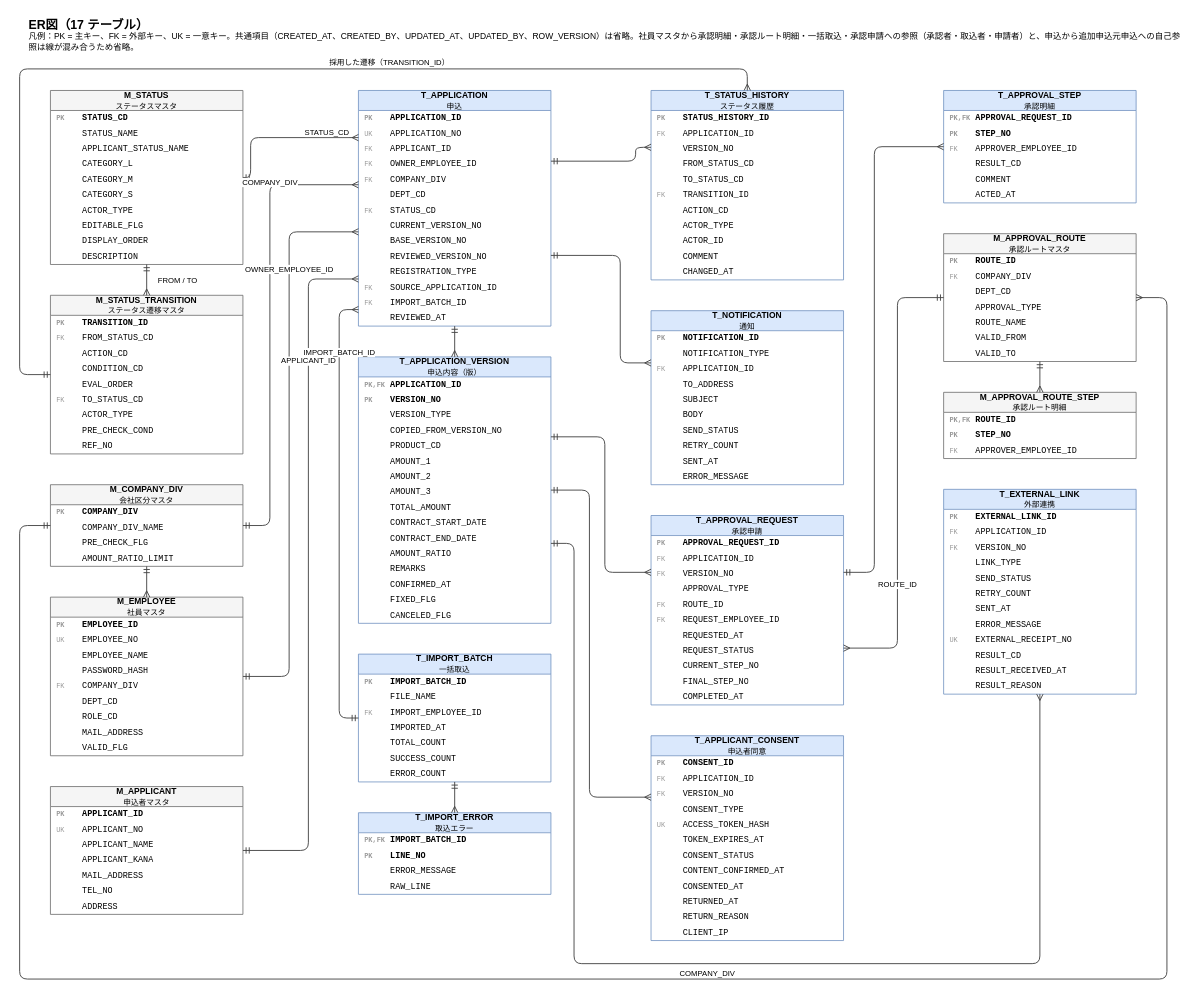
This is docs/diagrams/er-diagram.drawio from yasudaProduct/JavaServletSample2, a draw.io file, before an edit. Source tidied: cells renumbered, new cells numbered last; positions are measured from the earlier drawing's top-left corner, leaving out a move shared by most shapes. Both pictures are drawn from the tidied source at 77%, with x=0, y=0 at pixel (19, 13).
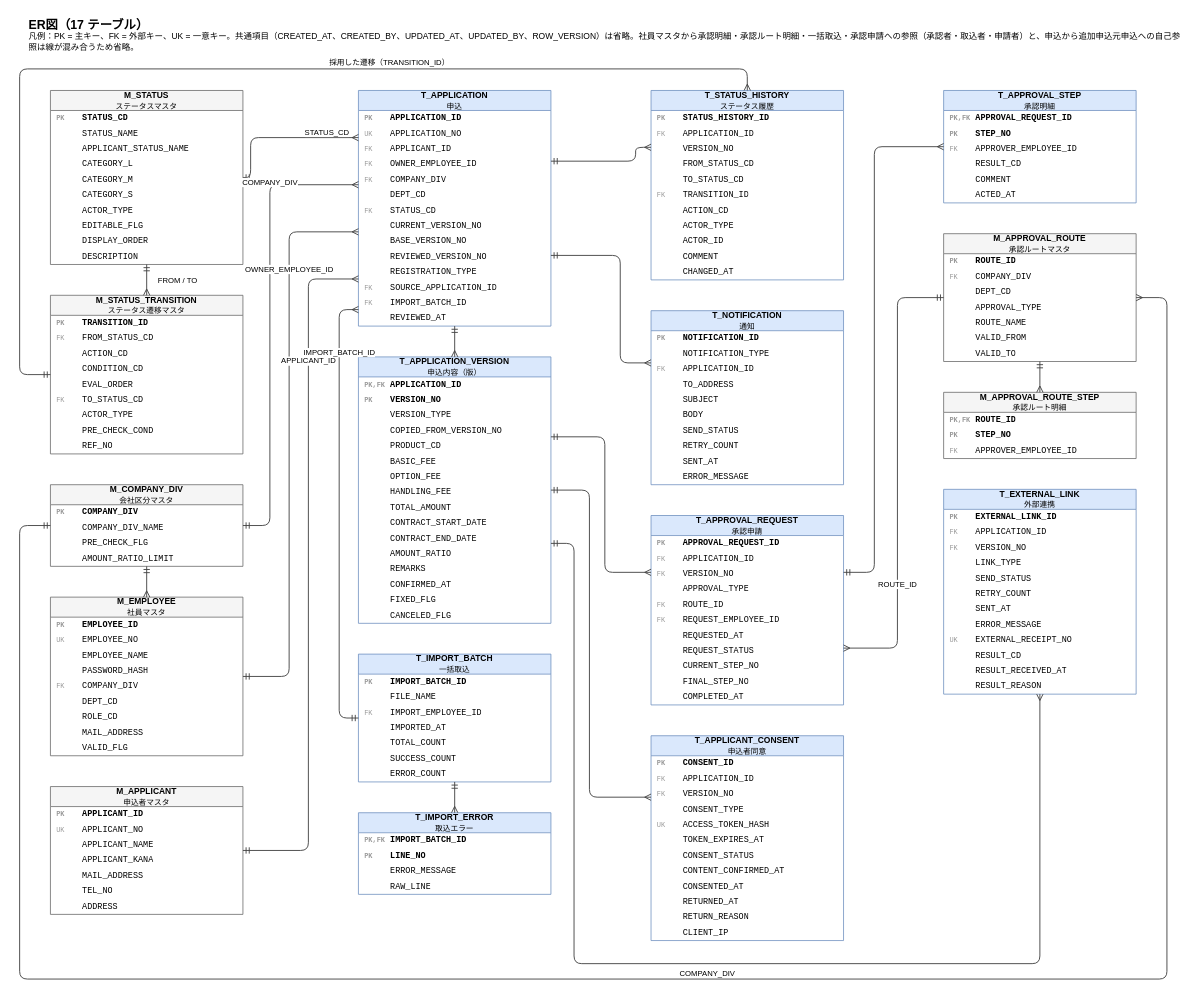
The same diagram, later.

The change refers to these unchanged cells:
```xml
<mxCell id="63" value="T_APPLICATION_VERSION&lt;br&gt;&lt;span style='font-weight:normal;font-size:10px'&gt;申込内容（版）&lt;/span&gt;" style="swimlane;fontStyle=1;horizontal=1;startSize=26;whiteSpace=wrap;html=1;fontSize=11;fillColor=#dae8fc;strokeColor=#6c8ebf;swimlaneFillColor=#ffffff;" parent="1" vertex="1">
  <mxGeometry x="440" y="446" width="250" height="346" as="geometry" />
</mxCell>
```

Change to the diagram source:
```diff
@@
-    <mxCell id="69" value="&lt;span style='color:#999999;font-size:9px'&gt;&amp;nbsp;&amp;nbsp;&amp;nbsp;&amp;nbsp;&amp;nbsp;&lt;/span&gt; AMOUNT_1" style="text;strokeColor=none;fillColor=none;align=left;verticalAlign=middle;spacingLeft=6;spacingRight=4;overflow=hidden;html=1;fontSize=11;fontFamily=Courier New;" parent="63" vertex="1">
+    <mxCell id="69" value="&lt;span style='color:#999999;font-size:9px'&gt;&amp;nbsp;&amp;nbsp;&amp;nbsp;&amp;nbsp;&amp;nbsp;&lt;/span&gt; BASIC_FEE" style="text;strokeColor=none;fillColor=none;align=left;verticalAlign=middle;spacingLeft=6;spacingRight=4;overflow=hidden;html=1;fontSize=11;fontFamily=Courier New;" parent="63" vertex="1">
       <mxGeometry y="126" width="250" height="20" as="geometry" />
     </mxCell>
-    <mxCell id="70" value="&lt;span style='color:#999999;font-size:9px'&gt;&amp;nbsp;&amp;nbsp;&amp;nbsp;&amp;nbsp;&amp;nbsp;&lt;/span&gt; AMOUNT_2" style="text;strokeColor=none;fillColor=none;align=left;verticalAlign=middle;spacingLeft=6;spacingRight=4;overflow=hidden;html=1;fontSize=11;fontFamily=Courier New;" parent="63" vertex="1">
+    <mxCell id="70" value="&lt;span style='color:#999999;font-size:9px'&gt;&amp;nbsp;&amp;nbsp;&amp;nbsp;&amp;nbsp;&amp;nbsp;&lt;/span&gt; OPTION_FEE" style="text;strokeColor=none;fillColor=none;align=left;verticalAlign=middle;spacingLeft=6;spacingRight=4;overflow=hidden;html=1;fontSize=11;fontFamily=Courier New;" parent="63" vertex="1">
       <mxGeometry y="146" width="250" height="20" as="geometry" />
     </mxCell>
-    <mxCell id="71" value="&lt;span style='color:#999999;font-size:9px'&gt;&amp;nbsp;&amp;nbsp;&amp;nbsp;&amp;nbsp;&amp;nbsp;&lt;/span&gt; AMOUNT_3" style="text;strokeColor=none;fillColor=none;align=left;verticalAlign=middle;spacingLeft=6;spacingRight=4;overflow=hidden;html=1;fontSize=11;fontFamily=Courier New;" parent="63" vertex="1">
+    <mxCell id="71" value="&lt;span style='color:#999999;font-size:9px'&gt;&amp;nbsp;&amp;nbsp;&amp;nbsp;&amp;nbsp;&amp;nbsp;&lt;/span&gt; HANDLING_FEE" style="text;strokeColor=none;fillColor=none;align=left;verticalAlign=middle;spacingLeft=6;spacingRight=4;overflow=hidden;html=1;fontSize=11;fontFamily=Courier New;" parent="63" vertex="1">
       <mxGeometry y="166" width="250" height="20" as="geometry" />
     </mxCell>
```
